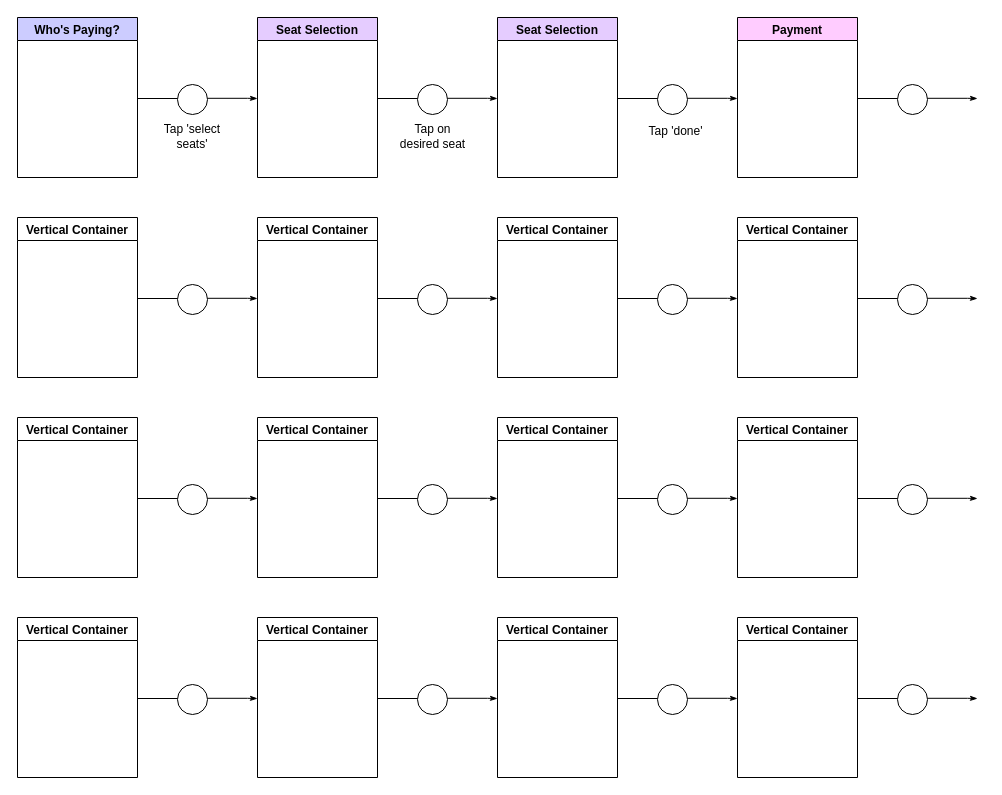
Above: page "Page-3" (2 of 3) of Untitled Diagram.drawio in davidjbuchanan/todo_pretty_printed_example (draw.io), before the change. Source tidied: cells renumbered, new cells numbered last; positions are measured from the earlier drawing's top-left corner, leaving out a move shared by most shapes. Both pictures are drawn from the tidied source at 100%, with x=0, y=0 at pixel (17, 17).
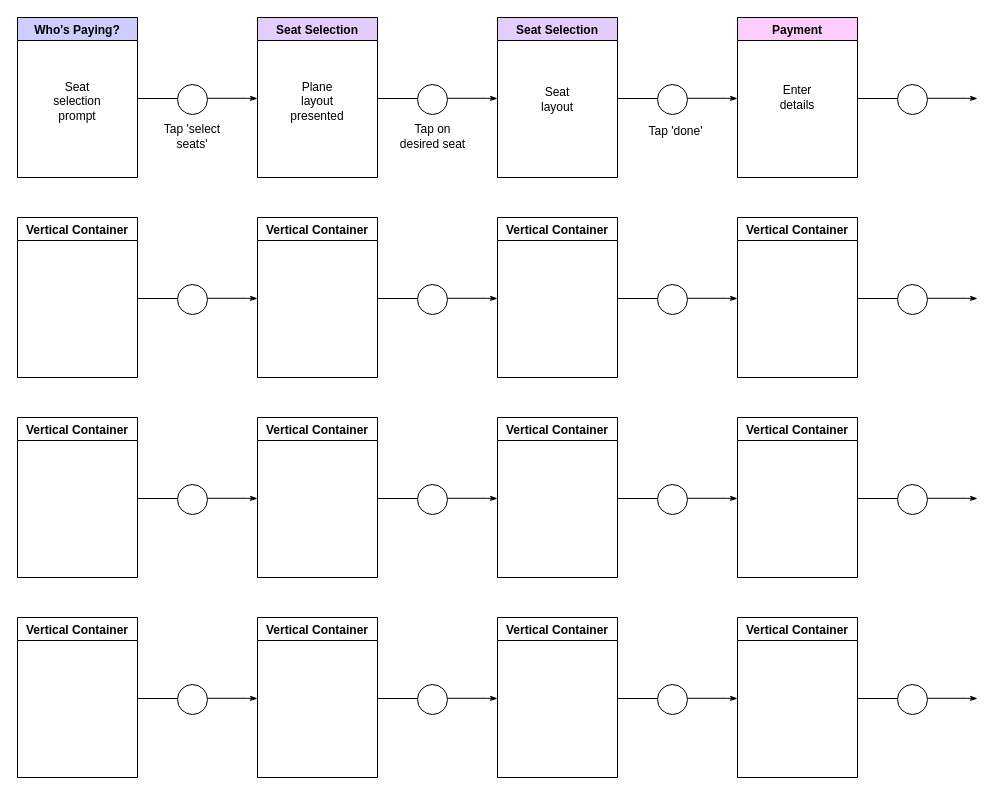
The same diagram, later.

The change refers to these unchanged cells:
```xml
<mxCell id="3" value="Who's Paying?" style="swimlane;fillColor=#CCCCFF;" parent="1" vertex="1">
  <mxGeometry width="120" height="160" as="geometry" />
</mxCell>
<mxCell id="7" value="Seat Selection" style="swimlane;fillColor=#E5CCFF;" parent="1" vertex="1">
  <mxGeometry x="240" width="120" height="160" as="geometry" />
</mxCell>
<mxCell id="11" value="Seat Selection" style="swimlane;fillColor=#E5CCFF;" parent="1" vertex="1">
  <mxGeometry x="480" width="120" height="160" as="geometry" />
</mxCell>
<mxCell id="15" value="Payment" style="swimlane;fillColor=#FFCCFF;" parent="1" vertex="1">
  <mxGeometry x="720" width="120" height="160" as="geometry" />
</mxCell>
```

Change to the diagram source:
```diff
@@
+    <mxCell id="69" value="Seat selection prompt" style="text;html=1;strokeColor=none;fillColor=none;align=center;verticalAlign=middle;whiteSpace=wrap;rounded=0;" parent="3" vertex="1">
+      <mxGeometry x="30" y="69" width="60" height="30" as="geometry" />
+    </mxCell>
@@
+    <mxCell id="70" value="Plane layout presented" style="text;html=1;strokeColor=none;fillColor=none;align=center;verticalAlign=middle;whiteSpace=wrap;rounded=0;" parent="7" vertex="1">
+      <mxGeometry x="30" y="69" width="60" height="30" as="geometry" />
+    </mxCell>
@@
+    <mxCell id="71" value="Seat layout" style="text;html=1;strokeColor=none;fillColor=none;align=center;verticalAlign=middle;whiteSpace=wrap;rounded=0;" parent="11" vertex="1">
+      <mxGeometry x="30" y="67" width="60" height="30" as="geometry" />
+    </mxCell>
@@
+    <mxCell id="72" value="Enter details" style="text;html=1;strokeColor=none;fillColor=none;align=center;verticalAlign=middle;whiteSpace=wrap;rounded=0;" parent="15" vertex="1">
+      <mxGeometry x="30" y="65" width="60" height="30" as="geometry" />
+    </mxCell>
```
